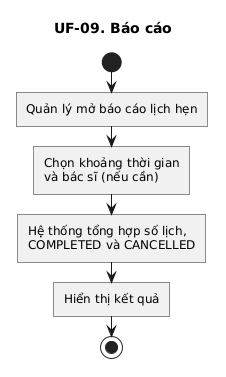
KhaVan-oi/ViClinic keeps this PlantUML diagram as doc/user-flow/09-bao-cao.png. Above is the earlier version.
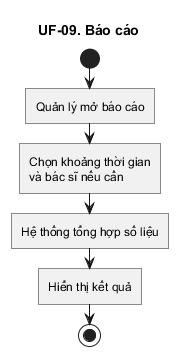
The same diagram one commit later.

The edit, as a diff of the source:
```diff
@@ -1,18 +1,13 @@
 @startuml
 title UF-09. Báo cáo
-
 skinparam linetype ortho
 skinparam shadowing false
 skinparam roundcorner 0
-skinparam conditionStyle InsideDiamond
-skinparam conditionEndStyle diamond
-
 start
-:Quản lý mở báo cáo lịch hẹn;
+:Quản lý mở báo cáo;
 :Chọn khoảng thời gian
-và bác sĩ (nếu cần);
-:Hệ thống tổng hợp số lịch,
-COMPLETED và CANCELLED;
+và bác sĩ nếu cần;
+:Hệ thống tổng hợp số liệu;
 :Hiển thị kết quả;
 stop
 @enduml
```
